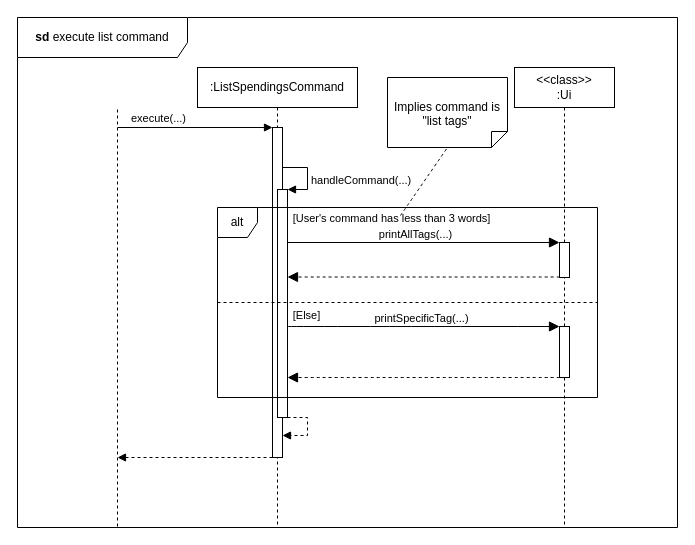
The draw.io diagram docs/Diagrams/Commands/executeListTags.drawio in wongwh2002/CS2113TeamProject, before the edit. Source tidied: cells renumbered, new cells numbered last; positions are measured from the earlier drawing's top-left corner, leaving out a move shared by most shapes. Both pictures are drawn from the tidied source at 100%, with x=0, y=0 at pixel (17, 17).
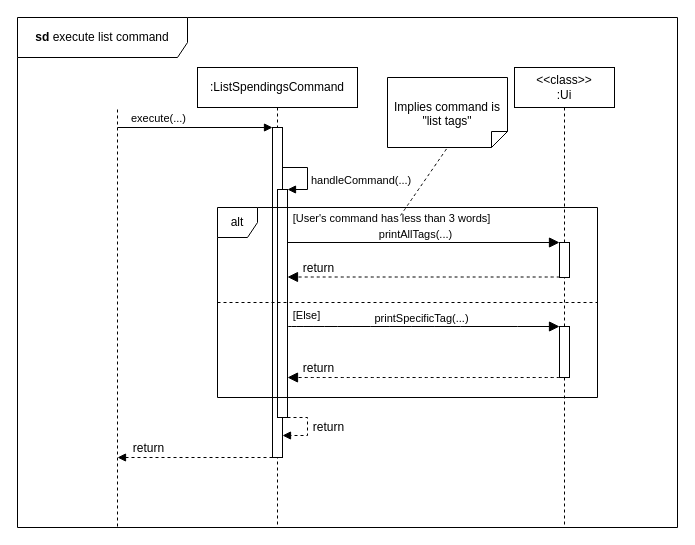
Above is the later version.

Commit message (it also covers changes not shown here):
Standardize return

Unchanged cells that the change refers to:
```xml
<mxCell id="9" style="html=1;align=left;spacingLeft=2;endArrow=block;rounded=0;edgeStyle=orthogonalEdgeStyle;curved=0;rounded=0;dashed=1;" parent="1" edge="1">
  <mxGeometry x="0.13" relative="1" as="geometry">
    <mxPoint x="270" y="400" as="sourcePoint" />
    <mxPoint x="265" y="418" as="targetPoint" />
    <Array as="points">
      <mxPoint x="290" y="400" />
      <mxPoint x="290" y="418" />
    </Array>
  </mxGeometry>
</mxCell>
<mxCell id="13" style="html=1;verticalAlign=bottom;labelBackgroundColor=none;endArrow=block;endFill=1;dashed=1;rounded=0;" parent="1" edge="1" source="4">
  <mxGeometry relative="1" as="geometry">
    <mxPoint x="100" y="440" as="targetPoint" />
  </mxGeometry>
</mxCell>
<mxCell id="23" style="html=1;verticalAlign=bottom;labelBackgroundColor=none;endArrow=block;endFill=1;dashed=1;rounded=0;fontSize=12;startSize=8;endSize=8;curved=1;" parent="15" edge="1">
  <mxGeometry relative="1" as="geometry">
    <mxPoint x="342" y="170" as="sourcePoint" />
    <mxPoint x="70" y="170" as="targetPoint" />
  </mxGeometry>
</mxCell>
<mxCell id="26" style="html=1;verticalAlign=bottom;labelBackgroundColor=none;endArrow=block;endFill=1;dashed=1;rounded=0;fontSize=12;startSize=8;endSize=8;curved=1;" parent="1" edge="1">
  <mxGeometry relative="1" as="geometry">
    <mxPoint x="542" y="259.5" as="sourcePoint" />
    <mxPoint x="270" y="259.5" as="targetPoint" />
  </mxGeometry>
</mxCell>
```

What changed in the source:
```diff
@@
+    <mxCell id="27" value="return" style="edgeLabel;html=1;align=center;verticalAlign=middle;fontSize=12;" parent="9" vertex="1">
+      <mxGeometry x="-0.08" relative="1" as="geometry">
+        <mxPoint x="20" as="offset" />
+      </mxGeometry>
+    </mxCell>
@@
+    <mxCell id="28" value="return" style="edgeLabel;html=1;align=center;verticalAlign=middle;fontSize=12;" parent="13" vertex="1">
+      <mxGeometry x="-0.45" y="-4" relative="1" as="geometry">
+        <mxPoint x="-82" y="-6" as="offset" />
+      </mxGeometry>
+    </mxCell>
@@
+    <mxCell id="29" value="return" style="edgeLabel;html=1;align=center;verticalAlign=middle;fontSize=12;" parent="23" vertex="1">
+      <mxGeometry x="0.28" y="-1" relative="1" as="geometry">
+        <mxPoint x="-68" y="-9" as="offset" />
+      </mxGeometry>
+    </mxCell>
@@
+    <mxCell id="30" value="return" style="edgeLabel;html=1;align=center;verticalAlign=middle;fontSize=12;" parent="26" vertex="1">
+      <mxGeometry x="0.28" y="-2" relative="1" as="geometry">
+        <mxPoint x="-68" y="-7" as="offset" />
+      </mxGeometry>
+    </mxCell>
```
